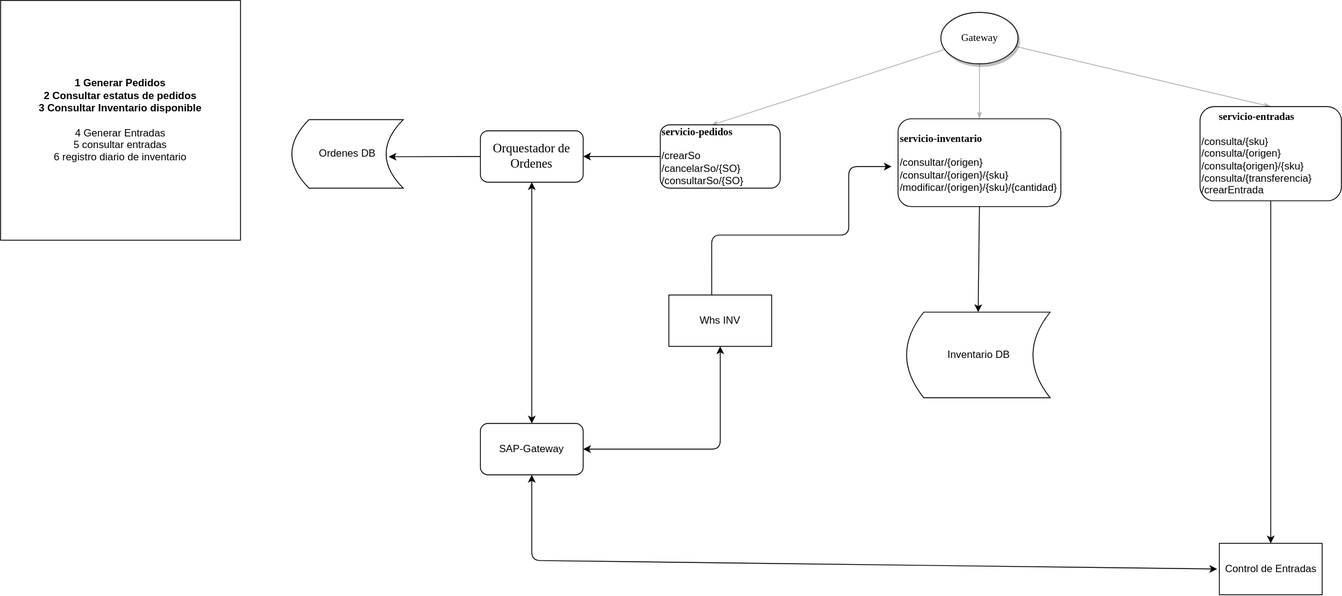
Earlier version of the draw.io export Untitled Diagram.svg (erick12357/pruebaRest). Source tidied: cells renumbered, new cells last; positions are measured from the earlier drawing's top-left corner, leaving out a move shared by most shapes.
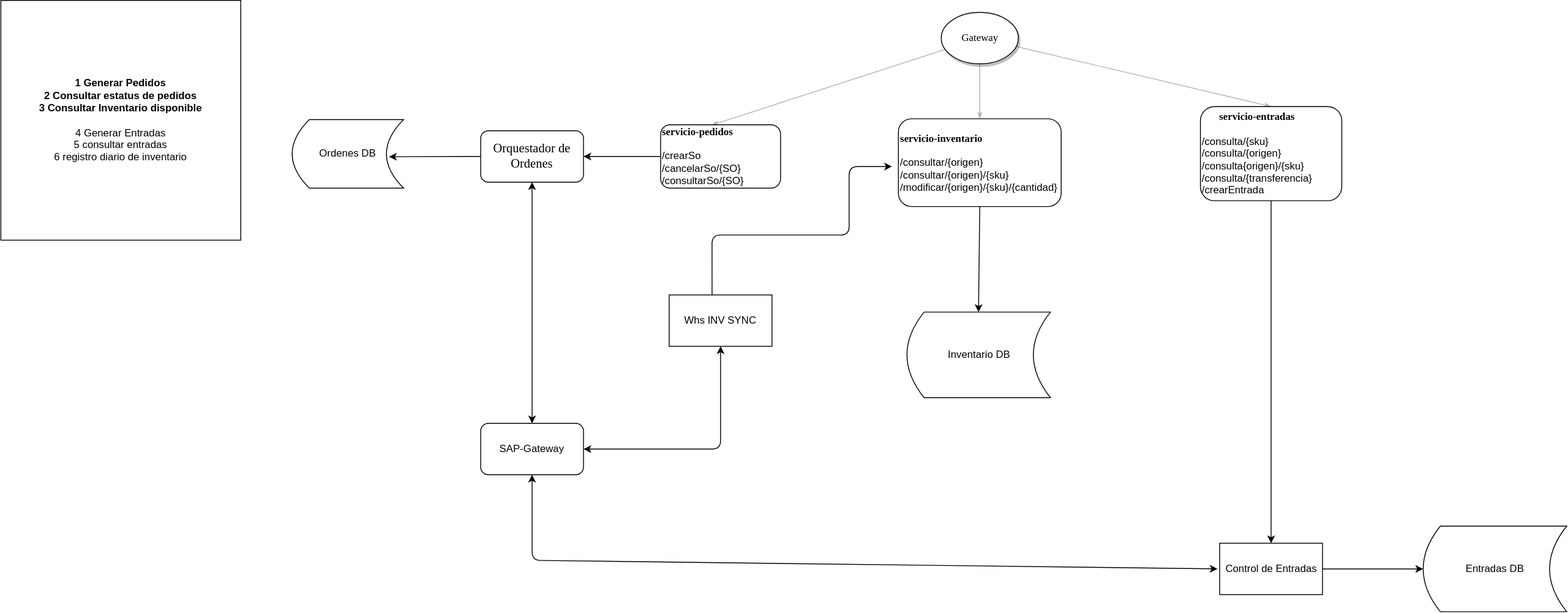
Above is the later version.

What changed in the source:
```diff
@@ -52,7 +52,7 @@
     <mxCell id="17" style="endArrow=classic;startArrow=classic;html=1;entryX=0.5;entryY=1;entryDx=0;entryDy=0;exitX=0.5;exitY=0;exitDx=0;exitDy=0;" parent="1" edge="1" source="12" target="13">
       <mxGeometry relative="1" as="geometry" />
     </mxCell>
-    <mxCell id="18" value="Whs INV" style="rounded=0;whiteSpace=wrap;html=1;" parent="1" vertex="1">
+    <mxCell id="18" value="Whs INV SYNC" style="rounded=0;whiteSpace=wrap;html=1;" parent="1" vertex="1">
       <mxGeometry x="780" y="344" width="120" height="60" as="geometry" />
     </mxCell>
     <mxCell id="19" style="endArrow=classic;startArrow=classic;html=1;entryX=0.5;entryY=1;entryDx=0;entryDy=0;exitX=1;exitY=0.5;exitDx=0;exitDy=0;" parent="1" edge="1" source="12" target="18">
@@ -86,5 +86,11 @@
         </Array>
       </mxGeometry>
     </mxCell>
+    <mxCell id="24" value="Entradas DB" style="shape=dataStorage;whiteSpace=wrap;html=1;fixedSize=1;" parent="1" vertex="1">
+      <mxGeometry x="1660" y="614" width="167.5" height="100" as="geometry" />
+    </mxCell>
+    <mxCell id="25" style="endArrow=classic;html=1;entryX=0;entryY=0.5;entryDx=0;entryDy=0;exitX=1;exitY=0.5;exitDx=0;exitDy=0;" parent="1" edge="1" source="21" target="24">
+      <mxGeometry relative="1" as="geometry" />
+    </mxCell>
   </root>
 </mxGraphModel>
```
